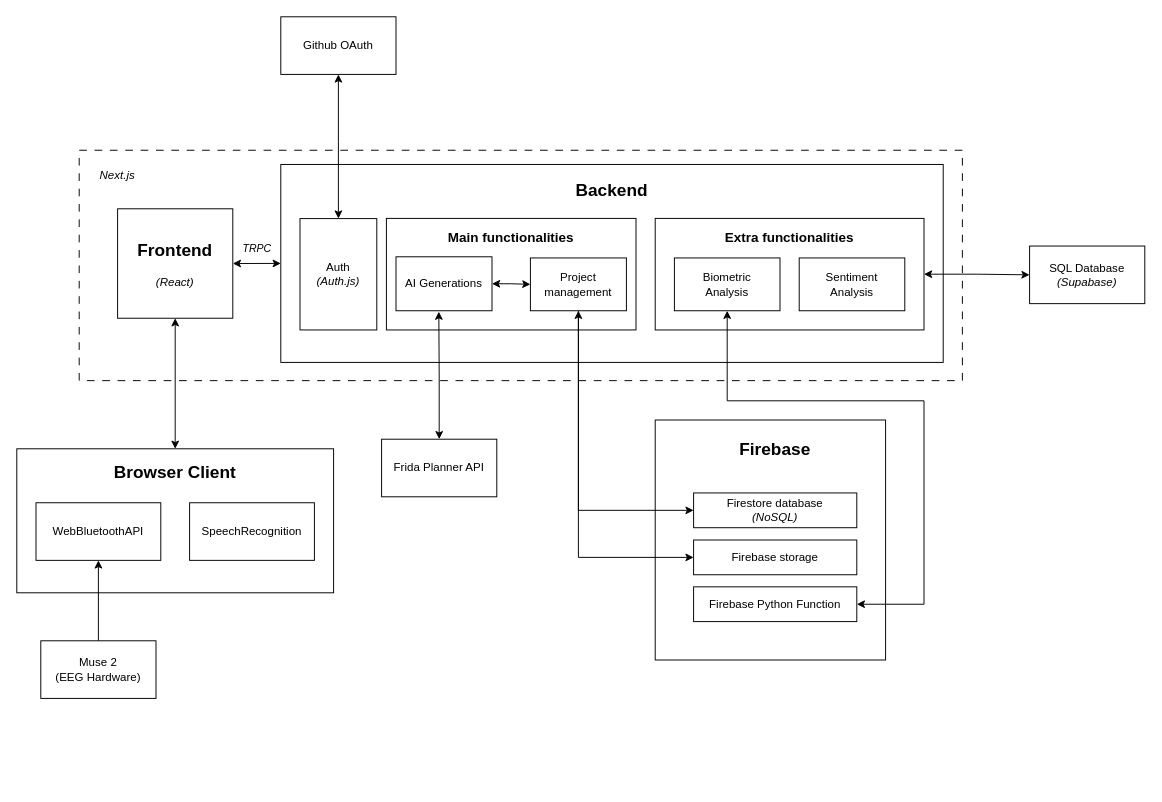
This is architecture.drawio from Apantli/Tenor, a draw.io file, before an edit. Source tidied: cells renumbered, new cells numbered last; positions are measured from the earlier drawing's top-left corner, leaving out a move shared by most shapes. Both pictures are drawn from the tidied source at 96%, with x=0, y=0 at pixel (16, 16).
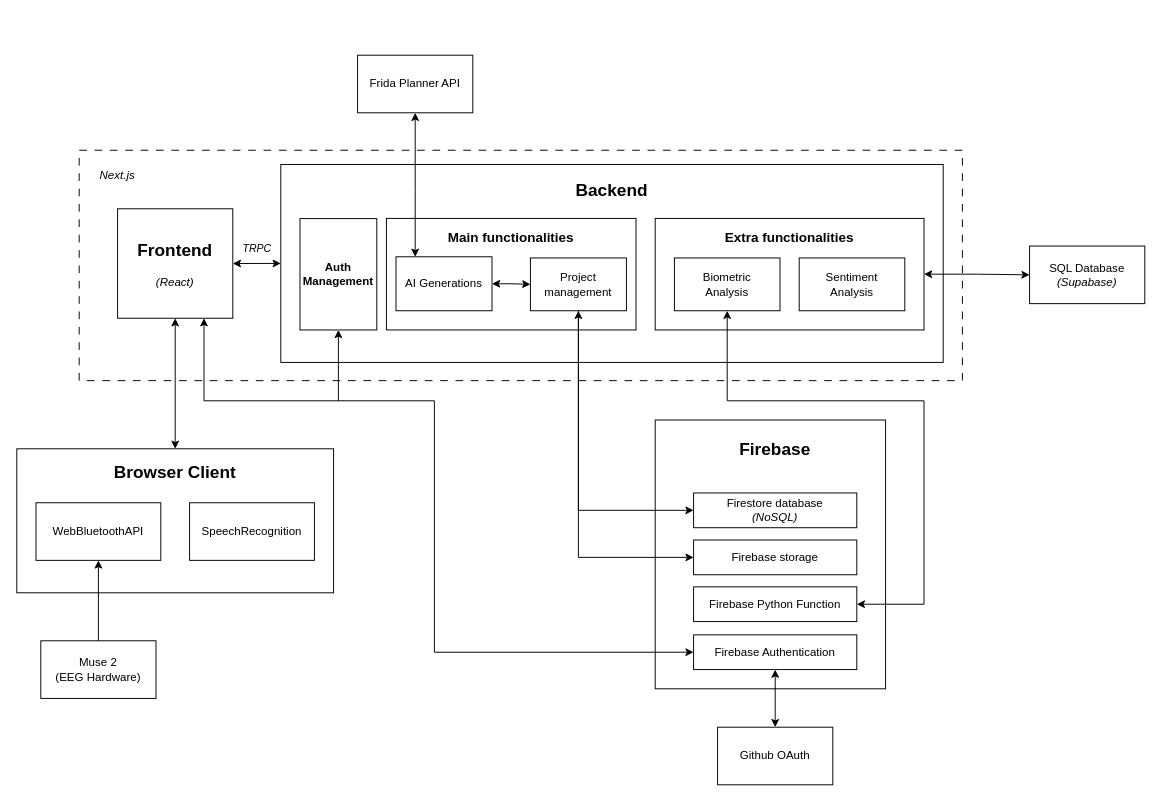
The same diagram, later.

The change refers to these unchanged cells:
```xml
<mxCell id="5" style="rounded=0;whiteSpace=wrap;html=1;" parent="1" vertex="1">
  <mxGeometry x="105" y="200" width="120" height="114" as="geometry" />
</mxCell>
<mxCell id="12" value="AI Generations" style="rounded=0;whiteSpace=wrap;html=1;" parent="1" vertex="1">
  <mxGeometry x="395" y="250" width="100" height="56.2" as="geometry" />
</mxCell>
```

Change to the diagram source:
```diff
@@
     <mxCell id="2" style="rounded=0;whiteSpace=wrap;html=1;" parent="1" vertex="1">
-      <mxGeometry x="665" y="420" width="240" height="250" as="geometry" />
+      <mxGeometry x="665" y="420" width="240" height="280" as="geometry" />
     </mxCell>
@@
+    <mxCell id="32" style="edgeStyle=orthogonalEdgeStyle;rounded=0;jettySize=auto;html=1;startArrow=classic;startFill=1;" parent="1" edge="1" source="24" target="12">
+      <mxGeometry relative="1" as="geometry">
+        <Array as="points">
+          <mxPoint x="415" y="180" />
+          <mxPoint x="415" y="180" />
+        </Array>
+      </mxGeometry>
+    </mxCell>
     <mxCell id="24" value="Frida Planner API" style="rounded=0;whiteSpace=wrap;html=1;" parent="1" vertex="1">
-      <mxGeometry x="380" y="440" width="120" height="60" as="geometry" />
+      <mxGeometry x="355" y="40" width="120" height="60" as="geometry" />
     </mxCell>
+    <mxCell id="40" style="edgeStyle=orthogonalEdgeStyle;rounded=0;jettySize=auto;html=1;endArrow=none;startFill=1;startArrow=classic;" parent="1" edge="1" source="25">
+      <mxGeometry relative="1" as="geometry">
+        <mxPoint x="335" y="400" as="targetPoint" />
+      </mxGeometry>
+    </mxCell>
-    <mxCell id="25" value="&lt;div&gt;Auth&lt;/div&gt;&lt;div&gt;&lt;i&gt;(Auth.js)&lt;/i&gt;&lt;/div&gt;" style="rounded=0;whiteSpace=wrap;html=1;align=center;verticalAlign=middle;" parent="1" vertex="1">
+    <mxCell id="25" value="&lt;div&gt;&lt;b&gt;Auth&lt;/b&gt;&lt;/div&gt;&lt;div&gt;&lt;b&gt;Management&lt;/b&gt;&lt;/div&gt;" style="rounded=0;whiteSpace=wrap;html=1;align=center;verticalAlign=middle;" parent="1" vertex="1">
       <mxGeometry x="295" y="210.2" width="80" height="116" as="geometry" />
     </mxCell>
-    <mxCell id="26" style="edgeStyle=orthogonalEdgeStyle;rounded=0;jettySize=auto;html=1;startArrow=classic;startFill=1;exitX=0.5;exitY=1;exitDx=0;exitDy=0;entryX=0.5;entryY=0;entryDx=0;entryDy=0;" parent="1" edge="1" source="27" target="25">
-      <mxGeometry relative="1" as="geometry">
-        <Array as="points">
-          <mxPoint x="335" y="130" />
-          <mxPoint x="335" y="130" />
-        </Array>
-      </mxGeometry>
-    </mxCell>
-    <mxCell id="27" value="Github OAuth" style="rounded=0;whiteSpace=wrap;html=1;" parent="1" vertex="1">
-      <mxGeometry x="275" width="120" height="60" as="geometry" />
-    </mxCell>
@@
-    <mxCell id="32" style="edgeStyle=orthogonalEdgeStyle;rounded=0;jettySize=auto;html=1;entryX=0.446;entryY=1.016;entryDx=0;entryDy=0;entryPerimeter=0;startArrow=classic;startFill=1;" parent="1" edge="1" source="24" target="12">
-      <mxGeometry relative="1" as="geometry" />
-    </mxCell>
@@
+    <mxCell id="41" style="edgeStyle=orthogonalEdgeStyle;rounded=0;jettySize=auto;html=1;startArrow=classic;startFill=1;" parent="1" edge="1" source="43" target="5">
+      <mxGeometry relative="1" as="geometry">
+        <Array as="points">
+          <mxPoint x="435" y="662" />
+          <mxPoint x="435" y="400" />
+          <mxPoint x="195" y="400" />
+        </Array>
+      </mxGeometry>
+    </mxCell>
+    <mxCell id="42" style="edgeStyle=orthogonalEdgeStyle;rounded=0;jettySize=auto;html=1;startArrow=classic;startFill=1;" parent="1" edge="1" source="43" target="27">
+      <mxGeometry relative="1" as="geometry" />
+    </mxCell>
+    <mxCell id="43" value="Firebase Authentication" style="rounded=0;whiteSpace=wrap;html=1;" parent="1" vertex="1">
+      <mxGeometry x="705" y="643.8" width="170" height="36.2" as="geometry" />
+    </mxCell>
+    <mxCell id="27" value="Github OAuth" style="rounded=0;whiteSpace=wrap;html=1;" parent="1" vertex="1">
+      <mxGeometry x="730" y="740" width="120" height="60" as="geometry" />
+    </mxCell>
```
